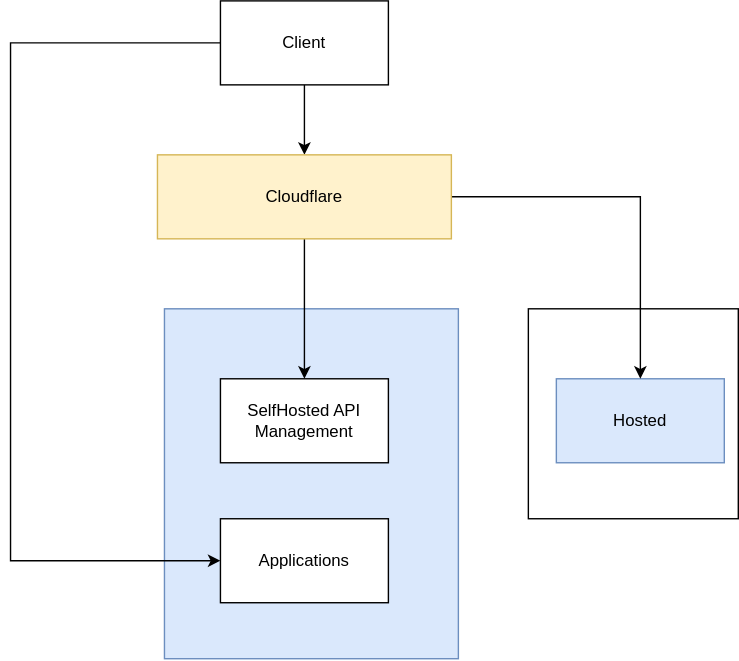
Before: apiroute.svg, a diagram exported from draw.io (vjavle/invoicecloud). Source tidied: cells renumbered, new cells last; positions are measured from the earlier drawing's top-left corner, leaving out a move shared by most shapes.
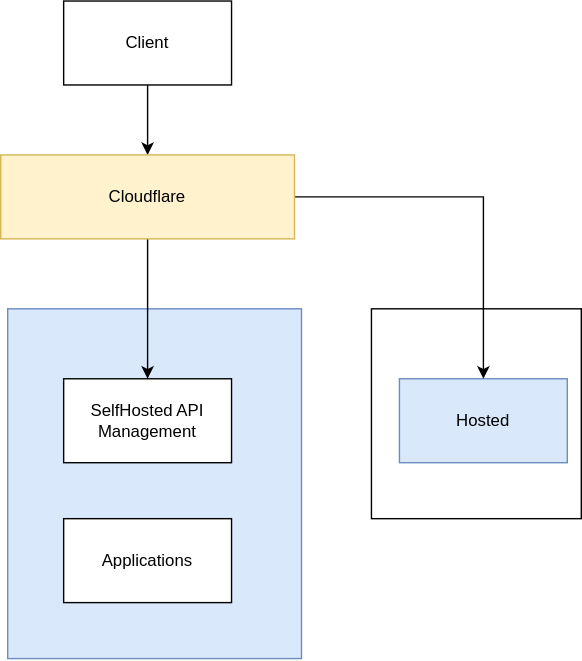
After the commit.

Change to the diagram source:
```diff
@@ -17,14 +17,6 @@
     <mxCell id="6" style="edgeStyle=orthogonalEdgeStyle;rounded=0;jettySize=auto;html=1;entryX=0.5;entryY=0;entryDx=0;entryDy=0;" parent="1" edge="1" source="8" target="12">
       <mxGeometry relative="1" as="geometry" />
     </mxCell>
-    <mxCell id="7" style="edgeStyle=orthogonalEdgeStyle;rounded=0;jettySize=auto;html=1;entryX=0;entryY=0.5;entryDx=0;entryDy=0;" parent="1" edge="1" source="8" target="5">
-      <mxGeometry relative="1" as="geometry">
-        <Array as="points">
-          <mxPoint y="30" />
-          <mxPoint y="400" />
-        </Array>
-      </mxGeometry>
-    </mxCell>
     <mxCell id="8" value="Client" style="rounded=0;whiteSpace=wrap;html=1;" parent="1" vertex="1">
       <mxGeometry x="150" width="120" height="60" as="geometry" />
     </mxCell>
```
